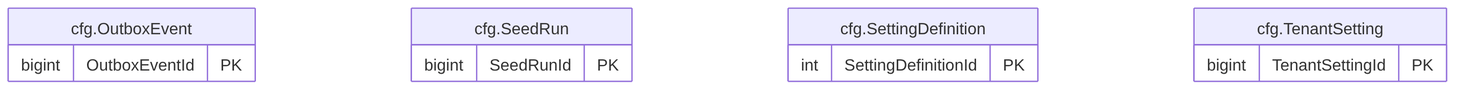
Before: treasury-platform/docs/diagrams/erd/m0_config_3.png, a diagram exported from Mermaid (thawrasy/smartlines). Its source is kept beside it as treasury-platform/docs/diagrams/erd/m0_config_3.mmd.
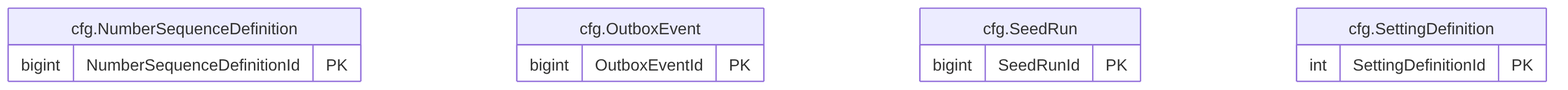
The same diagram one commit later.

The edit, as a diff of the source:
```diff
@@ -1,4 +1,7 @@
 erDiagram
+  cfg_NumberSequenceDefinition["cfg.NumberSequenceDefinition"] {
+    bigint NumberSequenceDefinitionId PK
+  }
   cfg_OutboxEvent["cfg.OutboxEvent"] {
     bigint OutboxEventId PK
   }
@@ -8,6 +11,3 @@
   cfg_SettingDefinition["cfg.SettingDefinition"] {
     int SettingDefinitionId PK
   }
-  cfg_TenantSetting["cfg.TenantSetting"] {
-    bigint TenantSettingId PK
-  }
```
